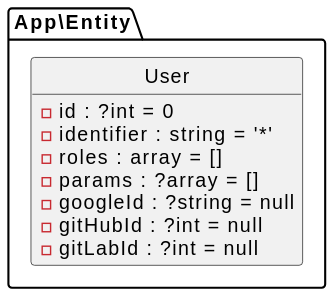
Above: assets/docs/database.svg in elkuku/symfony-playground-two (PlantUML), before the change. Its diagram source:
```plantuml
@startuml
set separator \
!pragma useIntermediatePackages false
skinparam linetype ortho
skinparam MinClassWidth 140
hide circle
hide empty members
!theme _none_
class App\Entity\User {
- id : ?int = 0
- identifier : string = '*'
- roles : array = []
- params : ?array = []
- googleId : ?string = null
- gitHubId : ?int = null
- gitLabId : ?int = null
}
@enduml
```
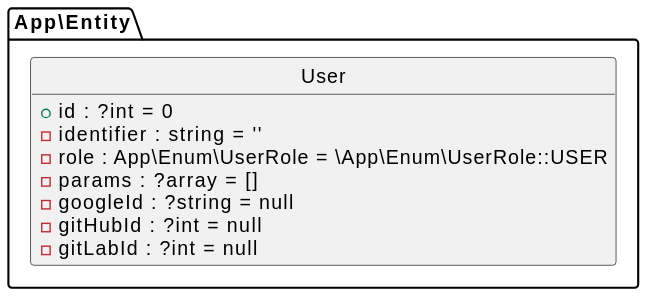
After the change.

What changed in the source:
```diff
@@ -7,9 +7,9 @@
 hide empty members
 !theme _none_
 class App\Entity\User {
-- id : ?int = 0
-- identifier : string = '*'
-- roles : array = []
++ id : ?int = 0
+- identifier : string = ''
+- role : App\Enum\UserRole = \App\Enum\UserRole::USER
 - params : ?array = []
 - googleId : ?string = null
 - gitHubId : ?int = null
```
